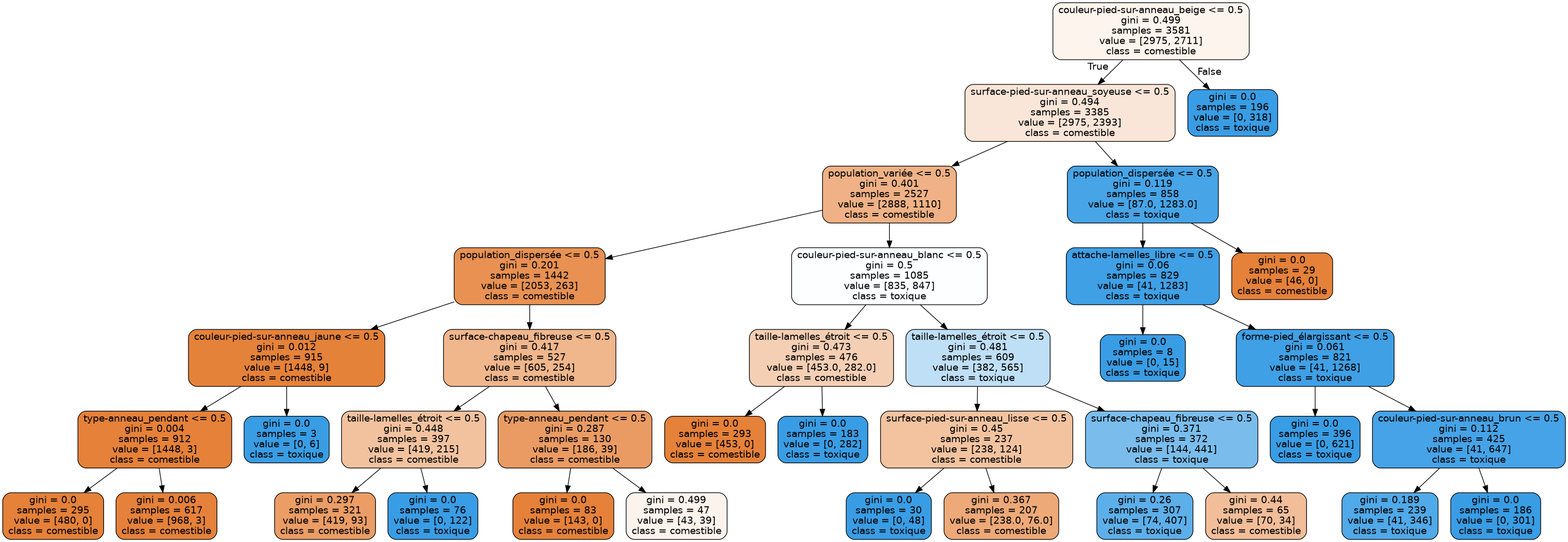
Before: TP/mushroom_tree_2.png, a diagram exported from Graphviz (Laurent-Pa/DataScience-MachineLearning). Its source is kept beside it as TP/mushroom_tree_2.dot.
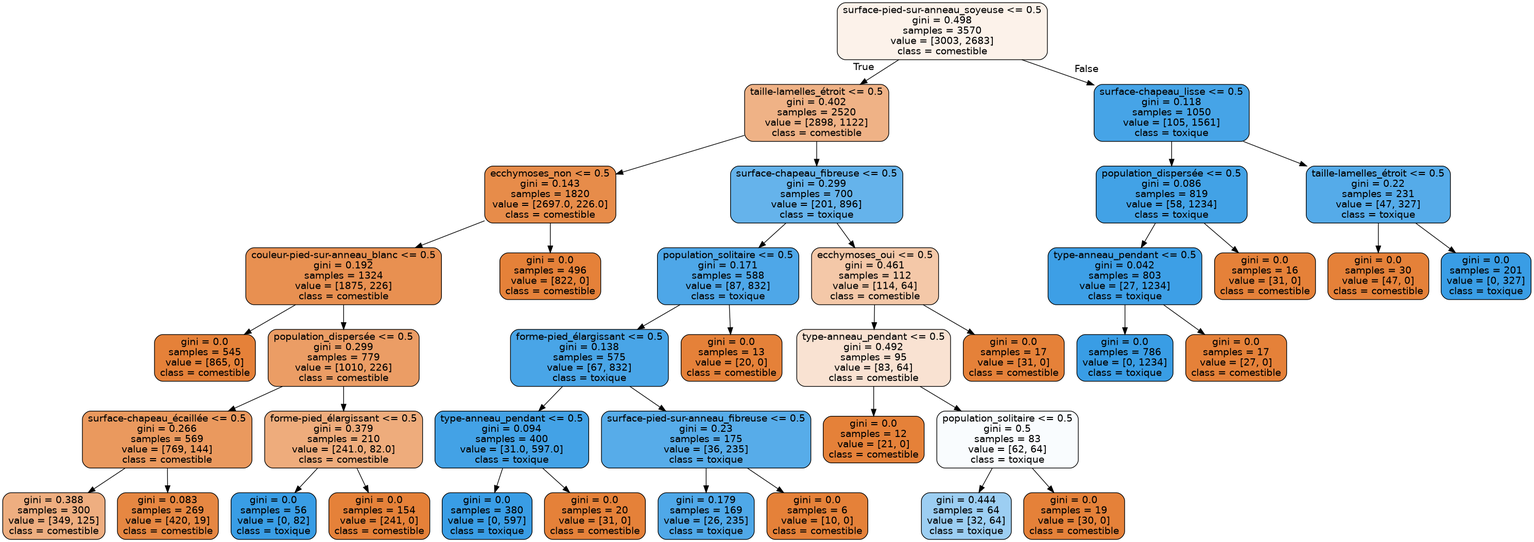
The same file after the commit.

Change to the diagram source:
```diff
@@ -1,77 +1,81 @@
 digraph Tree {
 node [shape=box, style="filled, rounded", color="black", fontname="helvetica"] ;
 edge [fontname="helvetica"] ;
-0 [label="couleur-pied-sur-anneau_beige <= 0.5\ngini = 0.499\nsamples = 3581\nvalue = [2975, 2711]\nclass = comestible", fillcolor="#fdf4ed"] ;
-1 [label="surface-pied-sur-anneau_soyeuse <= 0.5\ngini = 0.494\nsamples = 3385\nvalue = [2975, 2393]\nclass = comestible", fillcolor="#fae6d8"] ;
+0 [label="surface-pied-sur-anneau_soyeuse <= 0.5\ngini = 0.498\nsamples = 3570\nvalue = [3003, 2683]\nclass = comestible", fillcolor="#fcf2ea"] ;
+1 [label="taille-lamelles_étroit <= 0.5\ngini = 0.402\nsamples = 2520\nvalue = [2898, 1122]\nclass = comestible", fillcolor="#efb286"] ;
 0 -> 1 [labeldistance=2.5, labelangle=45, headlabel="True"] ;
-2 [label="population_variée <= 0.5\ngini = 0.401\nsamples = 2527\nvalue = [2888, 1110]\nclass = comestible", fillcolor="#efb185"] ;
+2 [label="ecchymoses_non <= 0.5\ngini = 0.143\nsamples = 1820\nvalue = [2697.0, 226.0]\nclass = comestible", fillcolor="#e78c4a"] ;
 1 -> 2 ;
-3 [label="population_dispersée <= 0.5\ngini = 0.201\nsamples = 1442\nvalue = [2053, 263]\nclass = comestible", fillcolor="#e89152"] ;
+3 [label="couleur-pied-sur-anneau_blanc <= 0.5\ngini = 0.192\nsamples = 1324\nvalue = [1875, 226]\nclass = comestible", fillcolor="#e89051"] ;
 2 -> 3 ;
-4 [label="couleur-pied-sur-anneau_jaune <= 0.5\ngini = 0.012\nsamples = 915\nvalue = [1448, 9]\nclass = comestible", fillcolor="#e5823a"] ;
+4 [label="gini = 0.0\nsamples = 545\nvalue = [865, 0]\nclass = comestible", fillcolor="#e58139"] ;
 3 -> 4 ;
-5 [label="type-anneau_pendant <= 0.5\ngini = 0.004\nsamples = 912\nvalue = [1448, 3]\nclass = comestible", fillcolor="#e58139"] ;
-4 -> 5 ;
-6 [label="gini = 0.0\nsamples = 295\nvalue = [480, 0]\nclass = comestible", fillcolor="#e58139"] ;
+5 [label="population_dispersée <= 0.5\ngini = 0.299\nsamples = 779\nvalue = [1010, 226]\nclass = comestible", fillcolor="#eb9d65"] ;
+3 -> 5 ;
+6 [label="surface-chapeau_écaillée <= 0.5\ngini = 0.266\nsamples = 569\nvalue = [769, 144]\nclass = comestible", fillcolor="#ea995e"] ;
 5 -> 6 ;
-7 [label="gini = 0.006\nsamples = 617\nvalue = [968, 3]\nclass = comestible", fillcolor="#e5813a"] ;
-5 -> 7 ;
-8 [label="gini = 0.0\nsamples = 3\nvalue = [0, 6]\nclass = toxique", fillcolor="#399de5"] ;
-4 -> 8 ;
-9 [label="surface-chapeau_fibreuse <= 0.5\ngini = 0.417\nsamples = 527\nvalue = [605, 254]\nclass = comestible", fillcolor="#f0b68c"] ;
-3 -> 9 ;
-10 [label="taille-lamelles_étroit <= 0.5\ngini = 0.448\nsamples = 397\nvalue = [419, 215]\nclass = comestible", fillcolor="#f2c29f"] ;
+7 [label="gini = 0.388\nsamples = 300\nvalue = [349, 125]\nclass = comestible", fillcolor="#eeae80"] ;
+6 -> 7 ;
+8 [label="gini = 0.083\nsamples = 269\nvalue = [420, 19]\nclass = comestible", fillcolor="#e68742"] ;
+6 -> 8 ;
+9 [label="forme-pied_élargissant <= 0.5\ngini = 0.379\nsamples = 210\nvalue = [241.0, 82.0]\nclass = comestible", fillcolor="#eeac7c"] ;
+5 -> 9 ;
+10 [label="gini = 0.0\nsamples = 56\nvalue = [0, 82]\nclass = toxique", fillcolor="#399de5"] ;
 9 -> 10 ;
-11 [label="gini = 0.297\nsamples = 321\nvalue = [419, 93]\nclass = comestible", fillcolor="#eb9d65"] ;
-10 -> 11 ;
-12 [label="gini = 0.0\nsamples = 76\nvalue = [0, 122]\nclass = toxique", fillcolor="#399de5"] ;
-10 -> 12 ;
-13 [label="type-anneau_pendant <= 0.5\ngini = 0.287\nsamples = 130\nvalue = [186, 39]\nclass = comestible", fillcolor="#ea9b63"] ;
-9 -> 13 ;
-14 [label="gini = 0.0\nsamples = 83\nvalue = [143, 0]\nclass = comestible", fillcolor="#e58139"] ;
+11 [label="gini = 0.0\nsamples = 154\nvalue = [241, 0]\nclass = comestible", fillcolor="#e58139"] ;
+9 -> 11 ;
+12 [label="gini = 0.0\nsamples = 496\nvalue = [822, 0]\nclass = comestible", fillcolor="#e58139"] ;
+2 -> 12 ;
+13 [label="surface-chapeau_fibreuse <= 0.5\ngini = 0.299\nsamples = 700\nvalue = [201, 896]\nclass = toxique", fillcolor="#65b3eb"] ;
+1 -> 13 ;
+14 [label="population_solitaire <= 0.5\ngini = 0.171\nsamples = 588\nvalue = [87, 832]\nclass = toxique", fillcolor="#4ea7e8"] ;
 13 -> 14 ;
-15 [label="gini = 0.499\nsamples = 47\nvalue = [43, 39]\nclass = comestible", fillcolor="#fdf3ed"] ;
-13 -> 15 ;
-16 [label="couleur-pied-sur-anneau_blanc <= 0.5\ngini = 0.5\nsamples = 1085\nvalue = [835, 847]\nclass = toxique", fillcolor="#fcfeff"] ;
-2 -> 16 ;
-17 [label="taille-lamelles_étroit <= 0.5\ngini = 0.473\nsamples = 476\nvalue = [453.0, 282.0]\nclass = comestible", fillcolor="#f5cfb4"] ;
+15 [label="forme-pied_élargissant <= 0.5\ngini = 0.138\nsamples = 575\nvalue = [67, 832]\nclass = toxique", fillcolor="#49a5e7"] ;
+14 -> 15 ;
+16 [label="type-anneau_pendant <= 0.5\ngini = 0.094\nsamples = 400\nvalue = [31.0, 597.0]\nclass = toxique", fillcolor="#43a2e6"] ;
+15 -> 16 ;
+17 [label="gini = 0.0\nsamples = 380\nvalue = [0, 597]\nclass = toxique", fillcolor="#399de5"] ;
 16 -> 17 ;
-18 [label="gini = 0.0\nsamples = 293\nvalue = [453, 0]\nclass = comestible", fillcolor="#e58139"] ;
-17 -> 18 ;
-19 [label="gini = 0.0\nsamples = 183\nvalue = [0, 282]\nclass = toxique", fillcolor="#399de5"] ;
-17 -> 19 ;
-20 [label="taille-lamelles_étroit <= 0.5\ngini = 0.481\nsamples = 609\nvalue = [382, 565]\nclass = toxique", fillcolor="#bfdff7"] ;
-16 -> 20 ;
-21 [label="surface-pied-sur-anneau_lisse <= 0.5\ngini = 0.45\nsamples = 237\nvalue = [238, 124]\nclass = comestible", fillcolor="#f3c3a0"] ;
-20 -> 21 ;
-22 [label="gini = 0.0\nsamples = 30\nvalue = [0, 48]\nclass = toxique", fillcolor="#399de5"] ;
-21 -> 22 ;
-23 [label="gini = 0.367\nsamples = 207\nvalue = [238.0, 76.0]\nclass = comestible", fillcolor="#eda978"] ;
-21 -> 23 ;
-24 [label="surface-chapeau_fibreuse <= 0.5\ngini = 0.371\nsamples = 372\nvalue = [144, 441]\nclass = toxique", fillcolor="#7abded"] ;
-20 -> 24 ;
-25 [label="gini = 0.26\nsamples = 307\nvalue = [74, 407]\nclass = toxique", fillcolor="#5dafea"] ;
+18 [label="gini = 0.0\nsamples = 20\nvalue = [31, 0]\nclass = comestible", fillcolor="#e58139"] ;
+16 -> 18 ;
+19 [label="surface-pied-sur-anneau_fibreuse <= 0.5\ngini = 0.23\nsamples = 175\nvalue = [36, 235]\nclass = toxique", fillcolor="#57ace9"] ;
+15 -> 19 ;
+20 [label="gini = 0.179\nsamples = 169\nvalue = [26, 235]\nclass = toxique", fillcolor="#4fa8e8"] ;
+19 -> 20 ;
+21 [label="gini = 0.0\nsamples = 6\nvalue = [10, 0]\nclass = comestible", fillcolor="#e58139"] ;
+19 -> 21 ;
+22 [label="gini = 0.0\nsamples = 13\nvalue = [20, 0]\nclass = comestible", fillcolor="#e58139"] ;
+14 -> 22 ;
+23 [label="ecchymoses_oui <= 0.5\ngini = 0.461\nsamples = 112\nvalue = [114, 64]\nclass = comestible", fillcolor="#f4c8a8"] ;
+13 -> 23 ;
+24 [label="type-anneau_pendant <= 0.5\ngini = 0.492\nsamples = 95\nvalue = [83, 64]\nclass = comestible", fillcolor="#f9e2d2"] ;
+23 -> 24 ;
+25 [label="gini = 0.0\nsamples = 12\nvalue = [21, 0]\nclass = comestible", fillcolor="#e58139"] ;
 24 -> 25 ;
-26 [label="gini = 0.44\nsamples = 65\nvalue = [70, 34]\nclass = comestible", fillcolor="#f2be99"] ;
+26 [label="population_solitaire <= 0.5\ngini = 0.5\nsamples = 83\nvalue = [62, 64]\nclass = toxique", fillcolor="#f9fcfe"] ;
 24 -> 26 ;
-27 [label="population_dispersée <= 0.5\ngini = 0.119\nsamples = 858\nvalue = [87.0, 1283.0]\nclass = toxique", fillcolor="#46a4e7"] ;
-1 -> 27 ;
-28 [label="attache-lamelles_libre <= 0.5\ngini = 0.06\nsamples = 829\nvalue = [41, 1283]\nclass = toxique", fillcolor="#3fa0e6"] ;
-27 -> 28 ;
-29 [label="gini = 0.0\nsamples = 8\nvalue = [0, 15]\nclass = toxique", fillcolor="#399de5"] ;
-28 -> 29 ;
-30 [label="forme-pied_élargissant <= 0.5\ngini = 0.061\nsamples = 821\nvalue = [41, 1268]\nclass = toxique", fillcolor="#3fa0e6"] ;
-28 -> 30 ;
-31 [label="gini = 0.0\nsamples = 396\nvalue = [0, 621]\nclass = toxique", fillcolor="#399de5"] ;
+27 [label="gini = 0.444\nsamples = 64\nvalue = [32, 64]\nclass = toxique", fillcolor="#9ccef2"] ;
+26 -> 27 ;
+28 [label="gini = 0.0\nsamples = 19\nvalue = [30, 0]\nclass = comestible", fillcolor="#e58139"] ;
+26 -> 28 ;
+29 [label="gini = 0.0\nsamples = 17\nvalue = [31, 0]\nclass = comestible", fillcolor="#e58139"] ;
+23 -> 29 ;
+30 [label="surface-chapeau_lisse <= 0.5\ngini = 0.118\nsamples = 1050\nvalue = [105, 1561]\nclass = toxique", fillcolor="#46a4e7"] ;
+0 -> 30 [labeldistance=2.5, labelangle=-45, headlabel="False"] ;
+31 [label="population_dispersée <= 0.5\ngini = 0.086\nsamples = 819\nvalue = [58, 1234]\nclass = toxique", fillcolor="#42a2e6"] ;
 30 -> 31 ;
-32 [label="couleur-pied-sur-anneau_brun <= 0.5\ngini = 0.112\nsamples = 425\nvalue = [41, 647]\nclass = toxique", fillcolor="#46a3e7"] ;
-30 -> 32 ;
-33 [label="gini = 0.189\nsamples = 239\nvalue = [41, 346]\nclass = toxique", fillcolor="#50a9e8"] ;
+32 [label="type-anneau_pendant <= 0.5\ngini = 0.042\nsamples = 803\nvalue = [27, 1234]\nclass = toxique", fillcolor="#3d9fe6"] ;
+31 -> 32 ;
+33 [label="gini = 0.0\nsamples = 786\nvalue = [0, 1234]\nclass = toxique", fillcolor="#399de5"] ;
 32 -> 33 ;
-34 [label="gini = 0.0\nsamples = 186\nvalue = [0, 301]\nclass = toxique", fillcolor="#399de5"] ;
+34 [label="gini = 0.0\nsamples = 17\nvalue = [27, 0]\nclass = comestible", fillcolor="#e58139"] ;
 32 -> 34 ;
-35 [label="gini = 0.0\nsamples = 29\nvalue = [46, 0]\nclass = comestible", fillcolor="#e58139"] ;
-27 -> 35 ;
-36 [label="gini = 0.0\nsamples = 196\nvalue = [0, 318]\nclass = toxique", fillcolor="#399de5"] ;
-0 -> 36 [labeldistance=2.5, labelangle=-45, headlabel="False"] ;
+35 [label="gini = 0.0\nsamples = 16\nvalue = [31, 0]\nclass = comestible", fillcolor="#e58139"] ;
+31 -> 35 ;
+36 [label="taille-lamelles_étroit <= 0.5\ngini = 0.22\nsamples = 231\nvalue = [47, 327]\nclass = toxique", fillcolor="#55abe9"] ;
+30 -> 36 ;
+37 [label="gini = 0.0\nsamples = 30\nvalue = [47, 0]\nclass = comestible", fillcolor="#e58139"] ;
+36 -> 37 ;
+38 [label="gini = 0.0\nsamples = 201\nvalue = [0, 327]\nclass = toxique", fillcolor="#399de5"] ;
+36 -> 38 ;
 }
```
